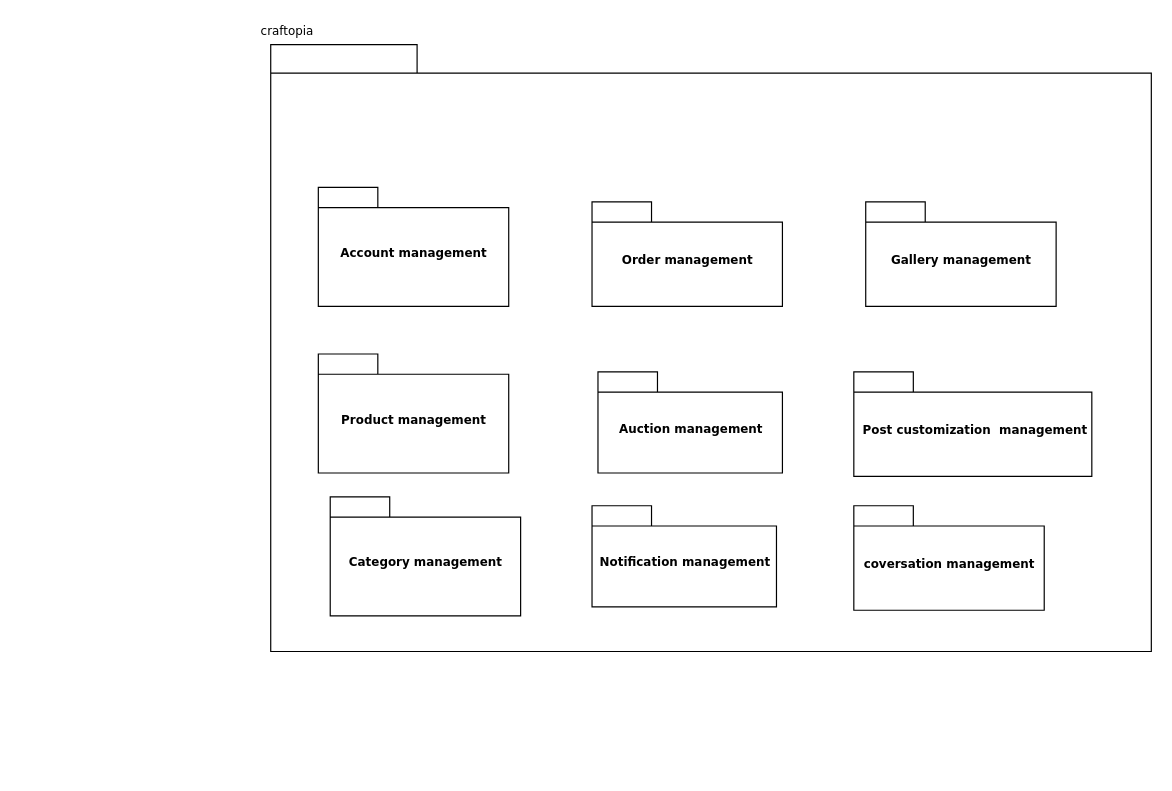
Earlier version of the draw.io diagram Decomposition/Controller.drawio (alibedair/Graduation-Project). Source tidied: cells renumbered, new cells numbered last; positions are measured from the earlier drawing's top-left corner, leaving out a move shared by most shapes. Both pictures are drawn from the tidied source at 119%, with x=0, y=0 at pixel (258, 20).
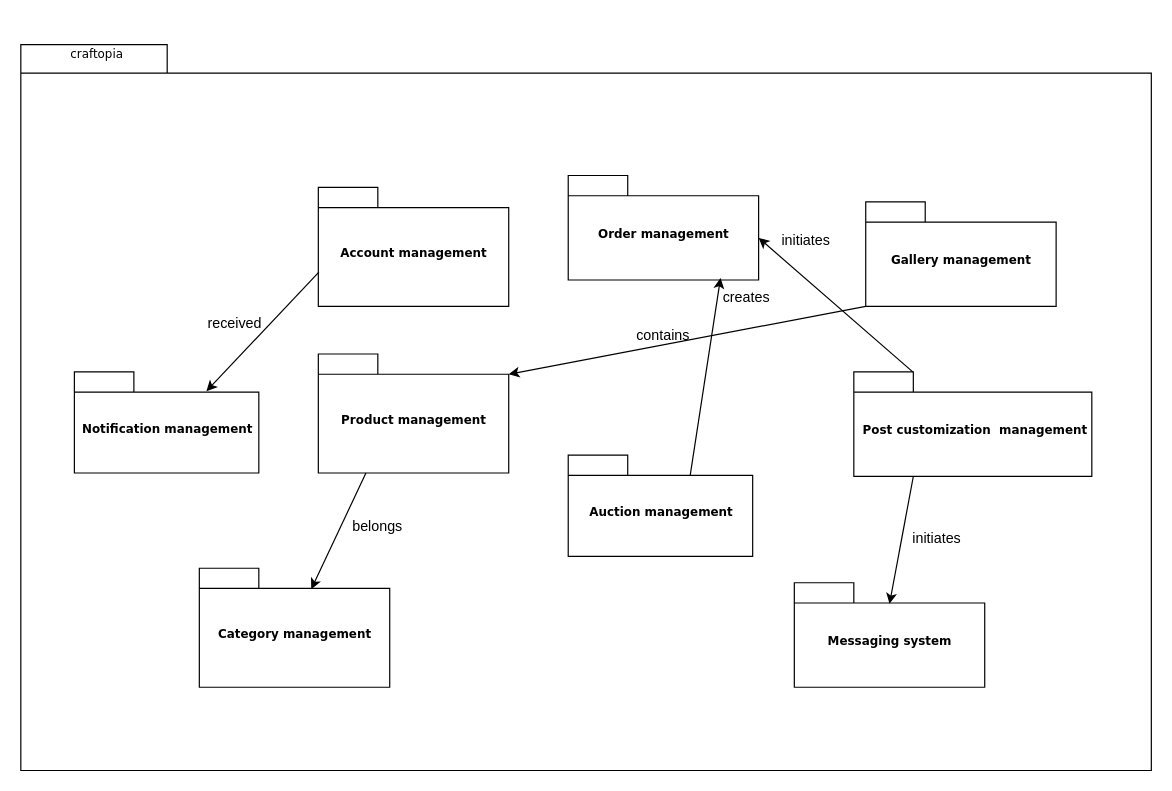
The same page after the edit.

The change refers to these unchanged cells:
```xml
<mxCell id="3" value="Account management" style="shape=folder;fontStyle=1;spacingTop=10;tabWidth=50;tabHeight=17;tabPosition=left;html=1;rounded=0;shadow=0;comic=0;labelBackgroundColor=none;strokeColor=#000000;strokeWidth=1;fillColor=#ffffff;fontFamily=Verdana;fontSize=10;fontColor=#000000;align=center;" parent="1" vertex="1">
  <mxGeometry x="50" y="140" width="160" height="100" as="geometry" />
</mxCell>
<mxCell id="4" value="Product management" style="shape=folder;fontStyle=1;spacingTop=10;tabWidth=50;tabHeight=17;tabPosition=left;html=1;rounded=0;shadow=0;comic=0;labelBackgroundColor=none;strokeColor=#000000;strokeWidth=1;fillColor=#ffffff;fontFamily=Verdana;fontSize=10;fontColor=#000000;align=center;" parent="1" vertex="1">
  <mxGeometry x="50" y="280" width="160" height="100" as="geometry" />
</mxCell>
<mxCell id="8" value="Gallery management" style="shape=folder;fontStyle=1;spacingTop=10;tabWidth=50;tabHeight=17;tabPosition=left;html=1;rounded=0;shadow=0;comic=0;labelBackgroundColor=none;strokeColor=#000000;strokeWidth=1;fillColor=#ffffff;fontFamily=Verdana;fontSize=10;fontColor=#000000;align=center;" parent="1" vertex="1">
  <mxGeometry x="510" y="152.2" width="160" height="87.8" as="geometry" />
</mxCell>
<mxCell id="9" value="&amp;nbsp;Post customization&amp;nbsp; management" style="shape=folder;fontStyle=1;spacingTop=10;tabWidth=50;tabHeight=17;tabPosition=left;html=1;rounded=0;shadow=0;comic=0;labelBackgroundColor=none;strokeColor=#000000;strokeWidth=1;fillColor=#ffffff;fontFamily=Verdana;fontSize=10;fontColor=#000000;align=center;" parent="1" vertex="1">
  <mxGeometry x="500" y="295" width="200" height="87.8" as="geometry" />
</mxCell>
```

Change to the diagram source:
```diff
@@
     <mxCell id="2" style="shape=folder;fontStyle=1;spacingTop=10;tabWidth=123;tabHeight=24;tabPosition=left;html=1;rounded=0;shadow=0;comic=0;labelBackgroundColor=none;strokeColor=#000000;strokeWidth=1;fillColor=#ffffff;fontFamily=Verdana;fontSize=10;fontColor=#000000;align=center;" parent="1" vertex="1">
-      <mxGeometry x="10" y="20" width="740" height="510" as="geometry" />
+      <mxGeometry x="-200" y="20" width="950" height="610" as="geometry" />
     </mxCell>
@@
     <mxCell id="5" value="Order management" style="shape=folder;fontStyle=1;spacingTop=10;tabWidth=50;tabHeight=17;tabPosition=left;html=1;rounded=0;shadow=0;comic=0;labelBackgroundColor=none;strokeColor=#000000;strokeWidth=1;fillColor=#ffffff;fontFamily=Verdana;fontSize=10;fontColor=#000000;align=center;" parent="1" vertex="1">
-      <mxGeometry x="280" y="152.2" width="160" height="87.8" as="geometry" />
+      <mxGeometry x="260" y="130" width="160" height="87.8" as="geometry" />
     </mxCell>
     <mxCell id="6" value="Auction management" style="shape=folder;fontStyle=1;spacingTop=10;tabWidth=50;tabHeight=17;tabPosition=left;html=1;rounded=0;shadow=0;comic=0;labelBackgroundColor=none;strokeColor=#000000;strokeWidth=1;fillColor=#ffffff;fontFamily=Verdana;fontSize=10;fontColor=#000000;align=center;" parent="1" vertex="1">
-      <mxGeometry x="285" y="295" width="155" height="85" as="geometry" />
+      <mxGeometry x="260" y="365" width="155" height="85" as="geometry" />
     </mxCell>
     <mxCell id="7" value="craftopia" style="text;html=1;align=left;verticalAlign=top;spacingTop=-4;fontSize=10;fontFamily=Verdana;" parent="1" vertex="1">
-      <mxGeometry width="80" height="30" as="geometry" />
+      <mxGeometry x="-160" y="20" width="80" height="30" as="geometry" />
     </mxCell>
@@
     <mxCell id="10" value="Category management" style="shape=folder;fontStyle=1;spacingTop=10;tabWidth=50;tabHeight=17;tabPosition=left;html=1;rounded=0;shadow=0;comic=0;labelBackgroundColor=none;strokeColor=#000000;strokeWidth=1;fillColor=#ffffff;fontFamily=Verdana;fontSize=10;fontColor=#000000;align=center;" parent="1" vertex="1">
-      <mxGeometry x="60" y="400" width="160" height="100" as="geometry" />
+      <mxGeometry x="-50" y="460" width="160" height="100" as="geometry" />
     </mxCell>
     <mxCell id="11" value="Notification management" style="shape=folder;fontStyle=1;spacingTop=10;tabWidth=50;tabHeight=17;tabPosition=left;html=1;rounded=0;shadow=0;comic=0;labelBackgroundColor=none;strokeColor=#000000;strokeWidth=1;fillColor=#ffffff;fontFamily=Verdana;fontSize=10;fontColor=#000000;align=center;" parent="1" vertex="1">
-      <mxGeometry x="280" y="407.5" width="155" height="85" as="geometry" />
+      <mxGeometry x="-155" y="295" width="155" height="85" as="geometry" />
     </mxCell>
-    <mxCell id="12" value="coversation management" style="shape=folder;fontStyle=1;spacingTop=10;tabWidth=50;tabHeight=17;tabPosition=left;html=1;rounded=0;shadow=0;comic=0;labelBackgroundColor=none;strokeColor=#000000;strokeWidth=1;fillColor=#ffffff;fontFamily=Verdana;fontSize=10;fontColor=#000000;align=center;" parent="1" vertex="1">
-      <mxGeometry x="500" y="407.5" width="160" height="87.8" as="geometry" />
+    <mxCell id="12" value="Messaging system" style="shape=folder;fontStyle=1;spacingTop=10;tabWidth=50;tabHeight=17;tabPosition=left;html=1;rounded=0;shadow=0;comic=0;labelBackgroundColor=none;strokeColor=#000000;strokeWidth=1;fillColor=#ffffff;fontFamily=Verdana;fontSize=10;fontColor=#000000;align=center;" parent="1" vertex="1">
+      <mxGeometry x="450" y="472.2" width="160" height="87.8" as="geometry" />
     </mxCell>
+    <mxCell id="13" style="endArrow=classic;html=1;rounded=0;entryX=0;entryY=0;entryDx=160;entryDy=17;entryPerimeter=0;exitX=0;exitY=0;exitDx=0;exitDy=87.75;exitPerimeter=0;" parent="1" edge="1" source="8" target="4">
+      <mxGeometry relative="1" as="geometry" />
+    </mxCell>
+    <mxCell id="14" value="contains" style="text;html=1;align=center;verticalAlign=middle;whiteSpace=wrap;rounded=0;" parent="1" vertex="1">
+      <mxGeometry x="310" y="250" width="60" height="30" as="geometry" />
+    </mxCell>
+    <mxCell id="15" style="endArrow=classic;html=1;rounded=0;exitX=0.25;exitY=1;exitDx=0;exitDy=0;exitPerimeter=0;entryX=0.588;entryY=0.176;entryDx=0;entryDy=0;entryPerimeter=0;" parent="1" edge="1" source="4" target="10">
+      <mxGeometry relative="1" as="geometry" />
+    </mxCell>
+    <mxCell id="16" value="belongs" style="text;html=1;align=center;verticalAlign=middle;whiteSpace=wrap;rounded=0;" parent="1" vertex="1">
+      <mxGeometry x="70" y="410" width="60" height="30" as="geometry" />
+    </mxCell>
+    <mxCell id="17" style="endArrow=classic;html=1;rounded=0;exitX=0.003;exitY=0.712;exitDx=0;exitDy=0;exitPerimeter=0;entryX=0.716;entryY=0.191;entryDx=0;entryDy=0;entryPerimeter=0;" parent="1" edge="1" source="3" target="11">
+      <mxGeometry relative="1" as="geometry" />
+    </mxCell>
+    <mxCell id="18" value="received" style="text;html=1;align=center;verticalAlign=middle;whiteSpace=wrap;rounded=0;" parent="1" vertex="1">
+      <mxGeometry x="-50" y="240" width="60" height="30" as="geometry" />
+    </mxCell>
+    <mxCell id="19" style="endArrow=classic;html=1;rounded=0;exitX=0.25;exitY=1;exitDx=0;exitDy=0;exitPerimeter=0;entryX=0.5;entryY=0.202;entryDx=0;entryDy=0;entryPerimeter=0;" parent="1" edge="1" source="9" target="12">
+      <mxGeometry relative="1" as="geometry" />
+    </mxCell>
+    <mxCell id="20" value="initiates" style="text;html=1;align=center;verticalAlign=middle;whiteSpace=wrap;rounded=0;" parent="1" vertex="1">
+      <mxGeometry x="540" y="420" width="60" height="30" as="geometry" />
+    </mxCell>
+    <mxCell id="21" style="endArrow=classic;html=1;rounded=0;exitX=0;exitY=0;exitDx=102.5;exitDy=17;exitPerimeter=0;entryX=0.8;entryY=0.98;entryDx=0;entryDy=0;entryPerimeter=0;" parent="1" edge="1" source="6" target="5">
+      <mxGeometry relative="1" as="geometry" />
+    </mxCell>
+    <mxCell id="22" value="creates" style="text;html=1;align=center;verticalAlign=middle;whiteSpace=wrap;rounded=0;" parent="1" vertex="1">
+      <mxGeometry x="380" y="217.8" width="60" height="30" as="geometry" />
+    </mxCell>
+    <mxCell id="23" style="endArrow=classic;html=1;rounded=0;entryX=0;entryY=0;entryDx=160;entryDy=52.375;entryPerimeter=0;" parent="1" edge="1" source="9" target="5">
+      <mxGeometry relative="1" as="geometry" />
+    </mxCell>
+    <mxCell id="24" value="initiates" style="text;html=1;align=center;verticalAlign=middle;whiteSpace=wrap;rounded=0;" parent="1" vertex="1">
+      <mxGeometry x="430" y="170" width="60" height="30" as="geometry" />
+    </mxCell>
```
